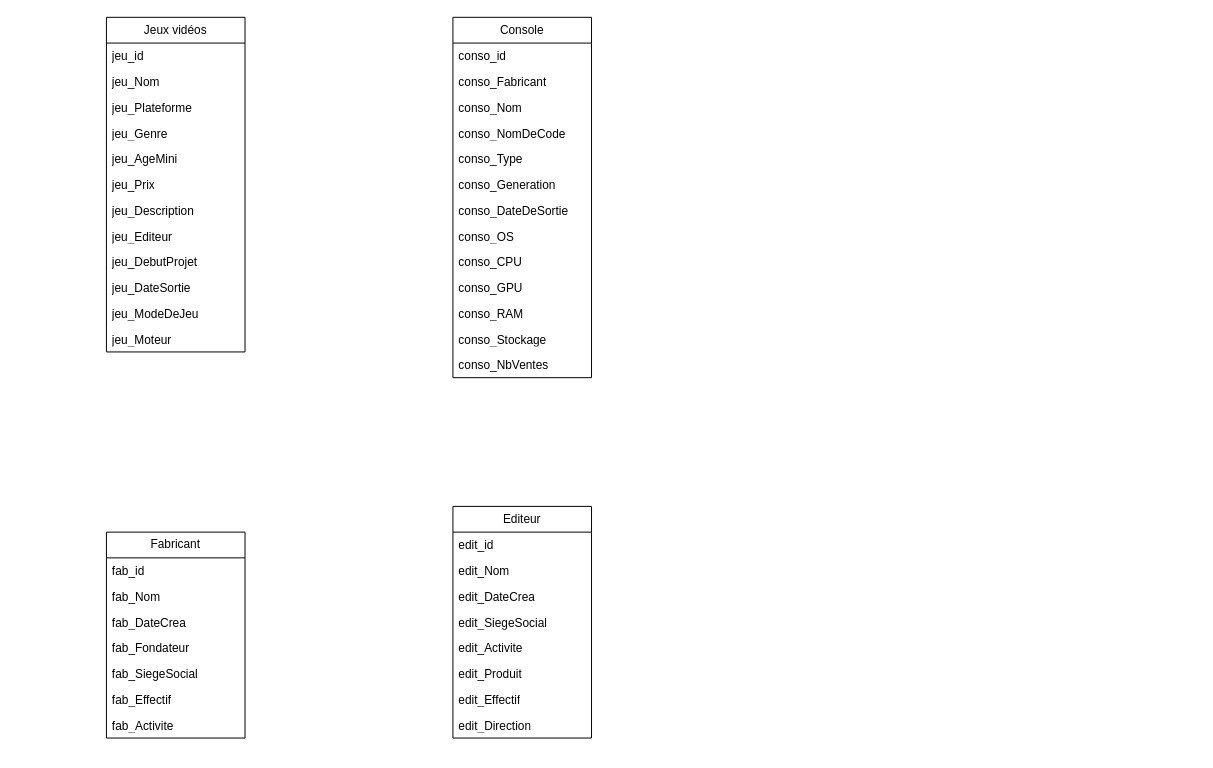
DylanCOVAREL/CESI-gestion_de_donnees keeps this draw.io diagram as MLD.drawio. Above is the earlier version. Source tidied: cells renumbered, new cells numbered last; positions are measured from the earlier drawing's top-left corner, leaving out a move shared by most shapes. Both pictures are drawn from the tidied source at 99%, with x=0, y=0 at pixel (106, 17).
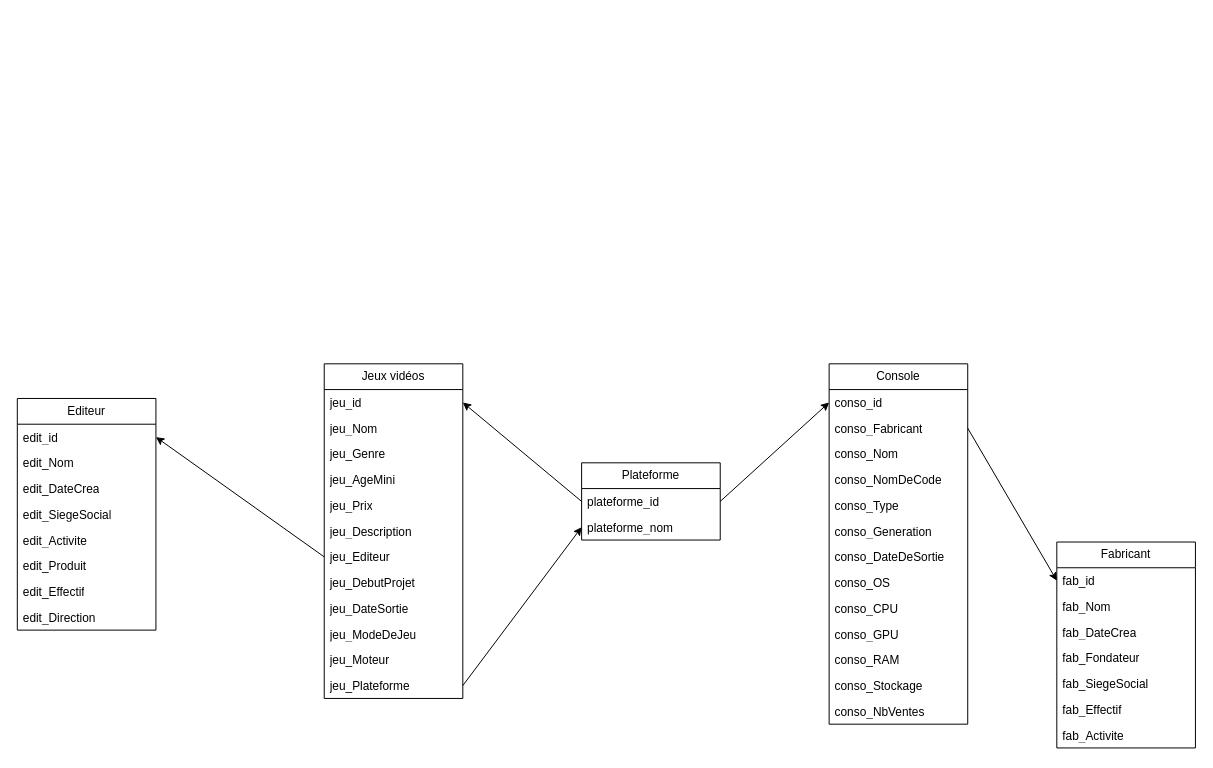
Above is the later version.

Commit message:
Mettre à jour MLD.drawio

The change refers to these unchanged cells:
```xml
<mxCell id="3" value="jeu_id" style="text;strokeColor=none;fillColor=none;align=left;verticalAlign=top;spacingLeft=4;spacingRight=4;overflow=hidden;points=[[0,0.5],[1,0.5]];portConstraint=eastwest;whiteSpace=wrap;html=1;" parent="2" vertex="1">
  <mxGeometry y="26" width="140" height="26" as="geometry" />
</mxCell>
<mxCell id="16" value="conso_id" style="text;strokeColor=none;fillColor=none;align=left;verticalAlign=top;spacingLeft=4;spacingRight=4;overflow=hidden;points=[[0,0.5],[1,0.5]];portConstraint=eastwest;whiteSpace=wrap;html=1;" parent="15" vertex="1">
  <mxGeometry y="26" width="140" height="26" as="geometry" />
</mxCell>
<mxCell id="17" value="conso_Fabricant" style="text;strokeColor=none;fillColor=none;align=left;verticalAlign=top;spacingLeft=4;spacingRight=4;overflow=hidden;points=[[0,0.5],[1,0.5]];portConstraint=eastwest;whiteSpace=wrap;html=1;" parent="15" vertex="1">
  <mxGeometry y="52" width="140" height="26" as="geometry" />
</mxCell>
<mxCell id="30" value="fab_id" style="text;strokeColor=none;fillColor=none;align=left;verticalAlign=top;spacingLeft=4;spacingRight=4;overflow=hidden;points=[[0,0.5],[1,0.5]];portConstraint=eastwest;whiteSpace=wrap;html=1;" parent="29" vertex="1">
  <mxGeometry y="26" width="140" height="26" as="geometry" />
</mxCell>
<mxCell id="38" value="edit_id" style="text;strokeColor=none;fillColor=none;align=left;verticalAlign=top;spacingLeft=4;spacingRight=4;overflow=hidden;points=[[0,0.5],[1,0.5]];portConstraint=eastwest;whiteSpace=wrap;html=1;" parent="37" vertex="1">
  <mxGeometry y="26" width="140" height="26" as="geometry" />
</mxCell>
```

What changed in the source:
```diff
@@
     <mxCell id="2" value="Jeux vidéos" style="swimlane;fontStyle=0;horizontal=1;startSize=26;fillColor=none;whiteSpace=wrap;html=1;" parent="1" vertex="1">
-      <mxGeometry width="140" height="338" as="geometry" />
+      <mxGeometry x="220" y="350" width="140" height="338" as="geometry" />
     </mxCell>
@@
-    <mxCell id="5" value="jeu_Plateforme" style="text;strokeColor=none;fillColor=none;align=left;verticalAlign=top;spacingLeft=4;spacingRight=4;overflow=hidden;points=[[0,0.5],[1,0.5]];portConstraint=eastwest;whiteSpace=wrap;html=1;" parent="2" vertex="1">
-      <mxGeometry y="78" width="140" height="26" as="geometry" />
-    </mxCell>
     <mxCell id="6" value="jeu_Genre" style="text;strokeColor=none;fillColor=none;align=left;verticalAlign=top;spacingLeft=4;spacingRight=4;overflow=hidden;whiteSpace=wrap;html=1;" parent="2" vertex="1">
-      <mxGeometry y="104" width="140" height="26" as="geometry" />
+      <mxGeometry y="78" width="140" height="26" as="geometry" />
     </mxCell>
     <mxCell id="7" value="jeu_AgeMini" style="text;strokeColor=none;fillColor=none;align=left;verticalAlign=top;spacingLeft=4;spacingRight=4;overflow=hidden;whiteSpace=wrap;html=1;" parent="2" vertex="1">
-      <mxGeometry y="130" width="140" height="26" as="geometry" />
+      <mxGeometry y="104" width="140" height="26" as="geometry" />
     </mxCell>
     <mxCell id="8" value="jeu_Prix" style="text;strokeColor=none;fillColor=none;align=left;verticalAlign=top;spacingLeft=4;spacingRight=4;overflow=hidden;whiteSpace=wrap;html=1;" parent="2" vertex="1">
-      <mxGeometry y="156" width="140" height="26" as="geometry" />
+      <mxGeometry y="130" width="140" height="26" as="geometry" />
     </mxCell>
     <mxCell id="9" value="jeu_Description" style="text;strokeColor=none;fillColor=none;align=left;verticalAlign=top;spacingLeft=4;spacingRight=4;overflow=hidden;whiteSpace=wrap;html=1;" parent="2" vertex="1">
-      <mxGeometry y="182" width="140" height="26" as="geometry" />
+      <mxGeometry y="156" width="140" height="26" as="geometry" />
     </mxCell>
     <mxCell id="10" value="jeu_Editeur" style="text;strokeColor=none;fillColor=none;align=left;verticalAlign=top;spacingLeft=4;spacingRight=4;overflow=hidden;points=[[0,0.5],[1,0.5]];portConstraint=eastwest;whiteSpace=wrap;html=1;" parent="2" vertex="1">
-      <mxGeometry y="208" width="140" height="26" as="geometry" />
+      <mxGeometry y="182" width="140" height="26" as="geometry" />
     </mxCell>
     <mxCell id="11" value="jeu_DebutProjet" style="text;strokeColor=none;fillColor=none;align=left;verticalAlign=top;spacingLeft=4;spacingRight=4;overflow=hidden;whiteSpace=wrap;html=1;" parent="2" vertex="1">
-      <mxGeometry y="234" width="140" height="26" as="geometry" />
+      <mxGeometry y="208" width="140" height="26" as="geometry" />
     </mxCell>
     <mxCell id="12" value="jeu_DateSortie" style="text;strokeColor=none;fillColor=none;align=left;verticalAlign=top;spacingLeft=4;spacingRight=4;overflow=hidden;whiteSpace=wrap;html=1;" parent="2" vertex="1">
-      <mxGeometry y="260" width="140" height="26" as="geometry" />
+      <mxGeometry y="234" width="140" height="26" as="geometry" />
     </mxCell>
     <mxCell id="13" value="jeu_ModeDeJeu" style="text;strokeColor=none;fillColor=none;align=left;verticalAlign=top;spacingLeft=4;spacingRight=4;overflow=hidden;whiteSpace=wrap;html=1;" parent="2" vertex="1">
-      <mxGeometry y="286" width="140" height="26" as="geometry" />
+      <mxGeometry y="260" width="140" height="26" as="geometry" />
     </mxCell>
     <mxCell id="14" value="jeu_Moteur" style="text;strokeColor=none;fillColor=none;align=left;verticalAlign=top;spacingLeft=4;spacingRight=4;overflow=hidden;whiteSpace=wrap;html=1;" parent="2" vertex="1">
-      <mxGeometry y="312" width="140" height="26" as="geometry" />
+      <mxGeometry y="286" width="140" height="26" as="geometry" />
     </mxCell>
+    <mxCell id="5" value="jeu_Plateforme" style="text;strokeColor=none;fillColor=none;align=left;verticalAlign=top;spacingLeft=4;spacingRight=4;overflow=hidden;points=[[0,0.5],[1,0.5]];portConstraint=eastwest;whiteSpace=wrap;html=1;" parent="2" vertex="1">
+      <mxGeometry y="312" width="140" height="26" as="geometry" />
+    </mxCell>
     <mxCell id="15" value="Console" style="swimlane;fontStyle=0;horizontal=1;startSize=26;fillColor=none;whiteSpace=wrap;html=1;" parent="1" vertex="1">
-      <mxGeometry x="350" width="140" height="364" as="geometry" />
+      <mxGeometry x="730" y="350" width="140" height="364" as="geometry" />
     </mxCell>
@@
     <mxCell id="29" value="Fabricant" style="swimlane;fontStyle=0;horizontal=1;startSize=26;fillColor=none;whiteSpace=wrap;html=1;" parent="1" vertex="1">
-      <mxGeometry y="520" width="140" height="208" as="geometry" />
+      <mxGeometry x="960" y="530" width="140" height="208" as="geometry" />
     </mxCell>
@@
     <mxCell id="37" value="Editeur" style="swimlane;fontStyle=0;horizontal=1;startSize=26;fillColor=none;whiteSpace=wrap;html=1;" parent="1" vertex="1">
-      <mxGeometry x="350" y="494" width="140" height="234" as="geometry" />
+      <mxGeometry x="-90" y="385" width="140" height="234" as="geometry" />
     </mxCell>
@@
+    <mxCell id="46" style="rounded=0;jettySize=auto;html=1;entryX=0;entryY=0.5;entryDx=0;entryDy=0;exitX=1;exitY=0.5;exitDx=0;exitDy=0;" parent="1" edge="1" source="17" target="30">
+      <mxGeometry relative="1" as="geometry" />
+    </mxCell>
+    <mxCell id="47" style="rounded=0;jettySize=auto;html=1;exitX=0;exitY=0.5;exitDx=0;exitDy=0;entryX=1;entryY=0.5;entryDx=0;entryDy=0;" parent="1" edge="1" source="10" target="38">
+      <mxGeometry relative="1" as="geometry" />
+    </mxCell>
+    <mxCell id="48" style="rounded=0;jettySize=auto;html=1;exitX=1;exitY=0.5;exitDx=0;exitDy=0;entryX=0;entryY=0.5;entryDx=0;entryDy=0;" parent="1" edge="1" source="5" target="51">
+      <mxGeometry relative="1" as="geometry" />
+    </mxCell>
+    <mxCell id="49" value="Plateforme" style="swimlane;fontStyle=0;horizontal=1;startSize=26;fillColor=none;whiteSpace=wrap;html=1;" parent="1" vertex="1">
+      <mxGeometry x="480" y="450" width="140" height="78" as="geometry" />
+    </mxCell>
+    <mxCell id="50" value="plateforme_id" style="text;strokeColor=none;fillColor=none;align=left;verticalAlign=top;spacingLeft=4;spacingRight=4;overflow=hidden;points=[[0,0.5],[1,0.5]];portConstraint=eastwest;whiteSpace=wrap;html=1;" parent="49" vertex="1">
+      <mxGeometry y="26" width="140" height="26" as="geometry" />
+    </mxCell>
+    <mxCell id="51" value="plateforme_nom" style="text;strokeColor=none;fillColor=none;align=left;verticalAlign=top;spacingLeft=4;spacingRight=4;overflow=hidden;points=[[0,0.5],[1,0.5]];portConstraint=eastwest;whiteSpace=wrap;html=1;" parent="49" vertex="1">
+      <mxGeometry y="52" width="140" height="26" as="geometry" />
+    </mxCell>
+    <mxCell id="52" style="rounded=0;jettySize=auto;html=1;entryX=0;entryY=0.5;entryDx=0;entryDy=0;exitX=1;exitY=0.5;exitDx=0;exitDy=0;" parent="1" edge="1" source="50" target="16">
+      <mxGeometry relative="1" as="geometry" />
+    </mxCell>
+    <mxCell id="53" style="rounded=0;jettySize=auto;html=1;entryX=1;entryY=0.5;entryDx=0;entryDy=0;exitX=0;exitY=0.5;exitDx=0;exitDy=0;" parent="1" edge="1" source="50" target="3">
+      <mxGeometry relative="1" as="geometry" />
+    </mxCell>
```
